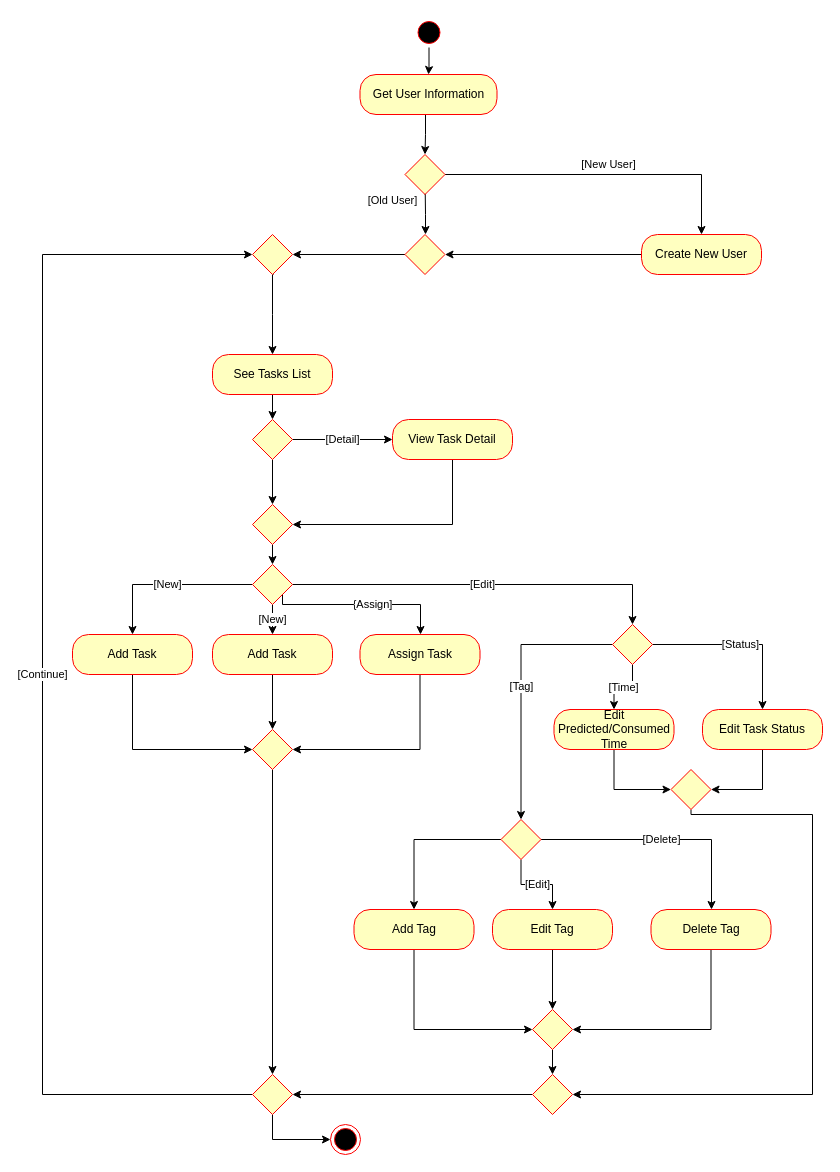
Above: General Analyze and Design/Task Management Activity Diagram.drawio in amirabbas8/ScrumOfficer (draw.io), before the change. Source tidied: cells renumbered, new cells numbered last; positions are measured from the earlier drawing's top-left corner, leaving out a move shared by most shapes. Both pictures are drawn from the tidied source at 100%, with x=0, y=0 at pixel (42, 17).
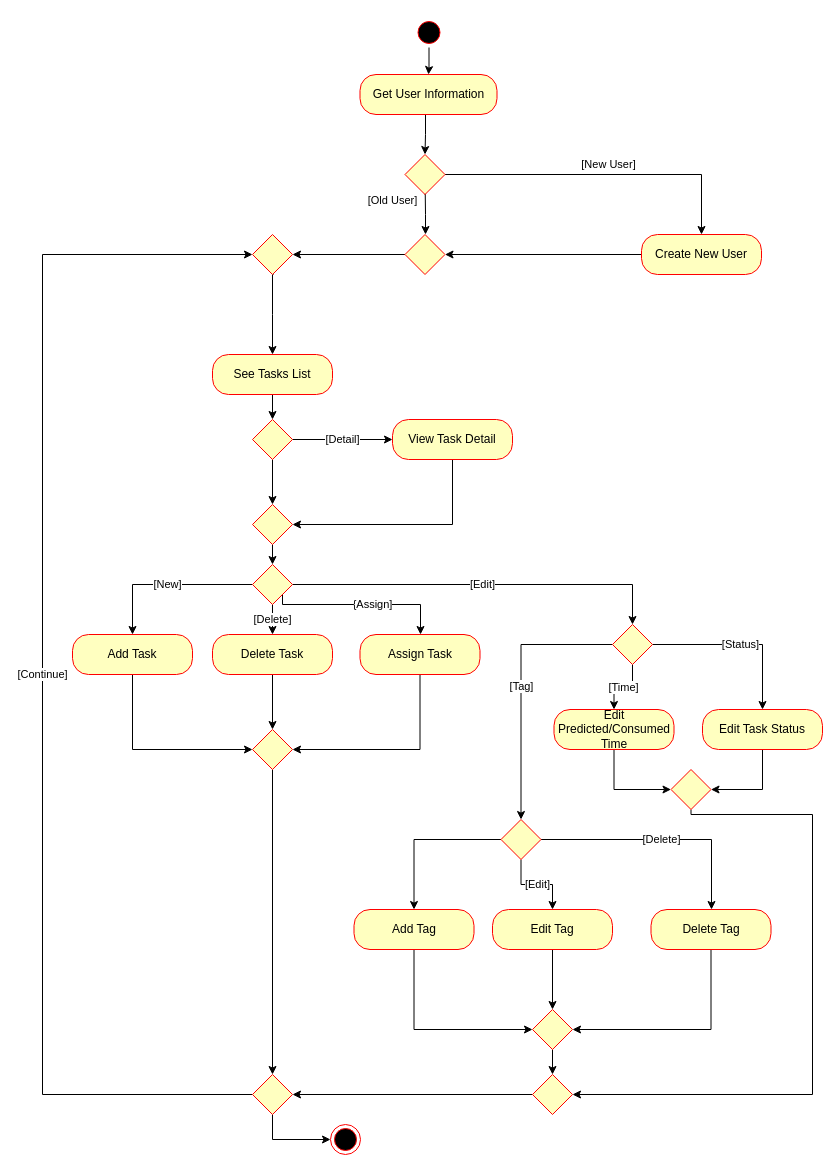
The same diagram, later.

Unchanged cells that the change refers to:
```xml
<mxCell id="28" style="shape=rhombus;html=1;verticalLabelPosition=top;verticalAlignment=bottom;fillColor=#FFFFC0;strokeColor=#FF0000;" parent="1" vertex="1">
  <mxGeometry x="210" y="547" width="40" height="40" as="geometry" />
</mxCell>
```

Diff of the diagram source:
```diff
@@
-    <mxCell id="25" value="[New]" style="edgeStyle=orthogonalEdgeStyle;rounded=0;jettySize=auto;html=1;" parent="1" edge="1" source="28" target="36">
+    <mxCell id="25" value="[Delete]" style="edgeStyle=orthogonalEdgeStyle;rounded=0;jettySize=auto;html=1;" parent="1" edge="1" source="28" target="36">
       <mxGeometry relative="1" as="geometry" />
     </mxCell>
@@
-    <mxCell id="36" value="Add Task" style="rounded=1;whiteSpace=wrap;html=1;arcSize=40;fontColor=#000000;fillColor=#ffffc0;strokeColor=#ff0000;" parent="1" vertex="1">
+    <mxCell id="36" value="Delete Task" style="rounded=1;whiteSpace=wrap;html=1;arcSize=40;fontColor=#000000;fillColor=#ffffc0;strokeColor=#ff0000;" parent="1" vertex="1">
       <mxGeometry x="170" y="617" width="120" height="40" as="geometry" />
     </mxCell>
```
